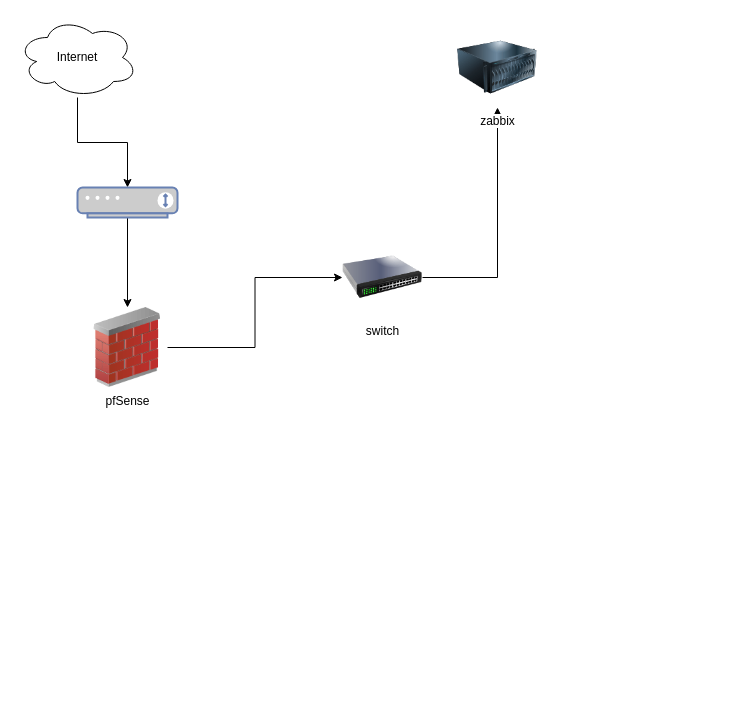
This is K15_network.drawio from runeskretting/runeskretting, a draw.io file, before an edit. Source tidied: cells renumbered, new cells numbered last; positions are measured from the earlier drawing's top-left corner, leaving out a move shared by most shapes. Both pictures are drawn from the tidied source at 100%, with x=0, y=0 at pixel (17, 17).
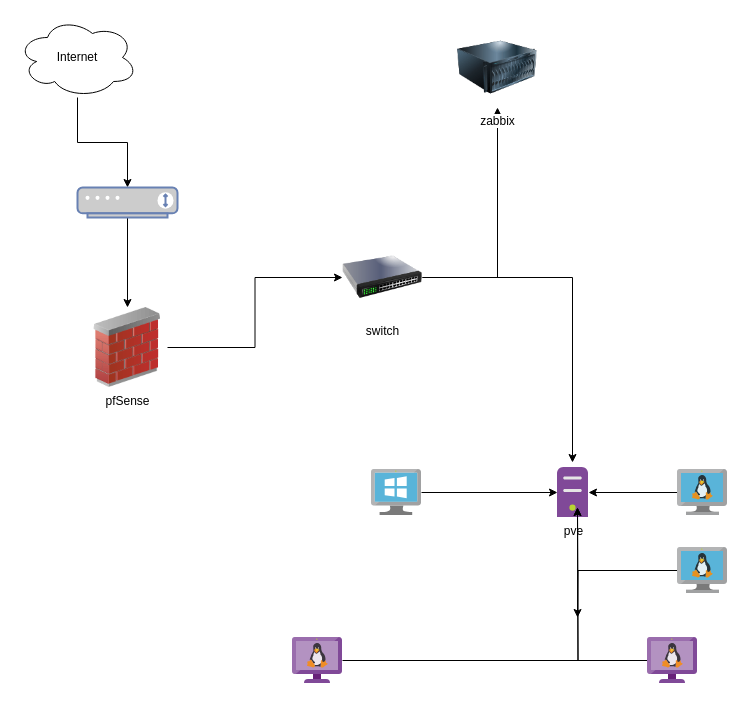
Above is the later version.

The change refers to these unchanged cells:
```xml
<mxCell id="7" value="switch" style="image;html=1;image=img/lib/clip_art/networking/Switch_128x128.png;" parent="1" vertex="1">
  <mxGeometry x="325" y="220" width="80" height="80" as="geometry" />
</mxCell>
```

Change to the diagram source:
```diff
@@
+    <mxCell id="11" style="edgeStyle=orthogonalEdgeStyle;rounded=0;jettySize=auto;html=1;entryX=0.484;entryY=-0.1;entryDx=0;entryDy=0;entryPerimeter=0;" parent="1" edge="1" source="7" target="12">
+      <mxGeometry relative="1" as="geometry" />
+    </mxCell>
@@
+    <mxCell id="12" value="pve" style="sketch=0;html=1;points=[];align=center;image;fontSize=12;image=img/lib/mscae/Non_Azure_Machine.svg;" parent="1" vertex="1">
+      <mxGeometry x="540" y="450" width="31" height="50" as="geometry" />
+    </mxCell>
+    <mxCell id="13" style="edgeStyle=orthogonalEdgeStyle;rounded=0;jettySize=auto;html=1;" parent="1" edge="1" source="14" target="12">
+      <mxGeometry relative="1" as="geometry" />
+    </mxCell>
+    <mxCell id="14" style="sketch=0;html=1;points=[];align=center;image;fontSize=12;image=img/lib/mscae/VM_Linux.svg;" parent="1" vertex="1">
+      <mxGeometry x="660" y="452" width="50" height="46" as="geometry" />
+    </mxCell>
+    <mxCell id="15" style="edgeStyle=orthogonalEdgeStyle;rounded=0;jettySize=auto;html=1;" parent="1" edge="1" source="16">
+      <mxGeometry relative="1" as="geometry">
+        <mxPoint x="560" y="490" as="targetPoint" />
+      </mxGeometry>
+    </mxCell>
+    <mxCell id="16" style="sketch=0;html=1;points=[];align=center;image;fontSize=12;image=img/lib/mscae/VM_Linux_Non_Azure.svg;" parent="1" vertex="1">
+      <mxGeometry x="275" y="620" width="50" height="46" as="geometry" />
+    </mxCell>
+    <mxCell id="17" style="edgeStyle=orthogonalEdgeStyle;rounded=0;jettySize=auto;html=1;" parent="1" edge="1" source="18">
+      <mxGeometry relative="1" as="geometry">
+        <mxPoint x="560" y="600" as="targetPoint" />
+      </mxGeometry>
+    </mxCell>
+    <mxCell id="18" style="sketch=0;html=1;points=[];align=center;image;fontSize=12;image=img/lib/mscae/VM_Linux.svg;" parent="1" vertex="1">
+      <mxGeometry x="660" y="530" width="50" height="46" as="geometry" />
+    </mxCell>
+    <mxCell id="19" style="edgeStyle=orthogonalEdgeStyle;rounded=0;jettySize=auto;html=1;" parent="1" edge="1" source="20">
+      <mxGeometry relative="1" as="geometry">
+        <mxPoint x="560" y="490" as="targetPoint" />
+      </mxGeometry>
+    </mxCell>
+    <mxCell id="20" style="sketch=0;html=1;points=[];align=center;image;fontSize=12;image=img/lib/mscae/VM_Linux_Non_Azure.svg;" parent="1" vertex="1">
+      <mxGeometry x="630" y="620" width="50" height="46" as="geometry" />
+    </mxCell>
+    <mxCell id="21" style="edgeStyle=orthogonalEdgeStyle;rounded=0;jettySize=auto;html=1;" parent="1" edge="1" source="22" target="12">
+      <mxGeometry relative="1" as="geometry" />
+    </mxCell>
+    <mxCell id="22" style="sketch=0;html=1;points=[];align=center;image;fontSize=12;image=img/lib/mscae/VirtualMachineWindows.svg;" parent="1" vertex="1">
+      <mxGeometry x="354" y="452" width="50" height="46" as="geometry" />
+    </mxCell>
```
